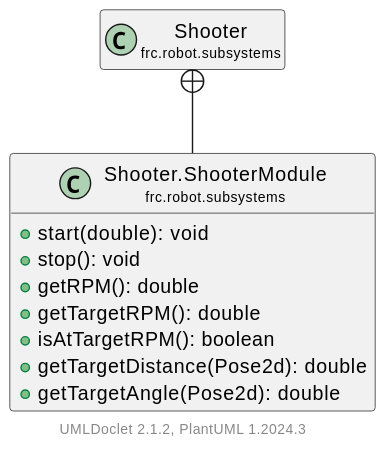
The PlantUML diagram docs/uml/frc/robot/subsystems/Shooter.ShooterModule.svg in LakotaRobotics1038/2026RobotProject, before a commit.
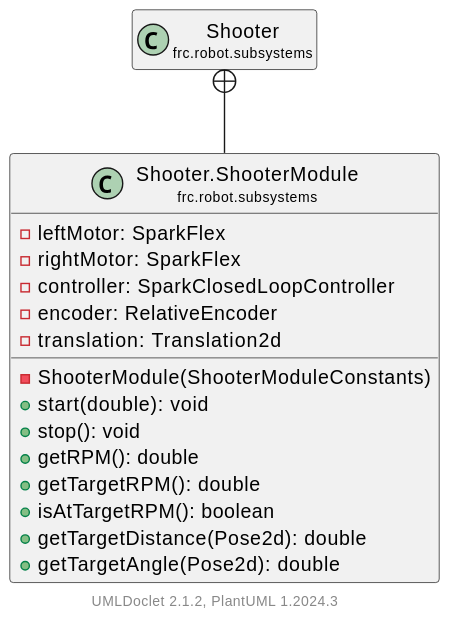
After the commit.

What changed in the source:
```diff
@@ -4,6 +4,12 @@
     hide empty methods
 
     class "<size:14>Shooter.ShooterModule\n<size:10>frc.robot.subsystems" as frc.robot.subsystems.Shooter.ShooterModule [[Shooter.ShooterModule.html]] {
+        -leftMotor: SparkFlex
+        -rightMotor: SparkFlex
+        -controller: SparkClosedLoopController
+        -encoder: RelativeEncoder
+        -translation: Translation2d
+        -ShooterModule(ShooterModuleConstants)
         +start(double): void
         +stop(): void
         +getRPM(): double
```
